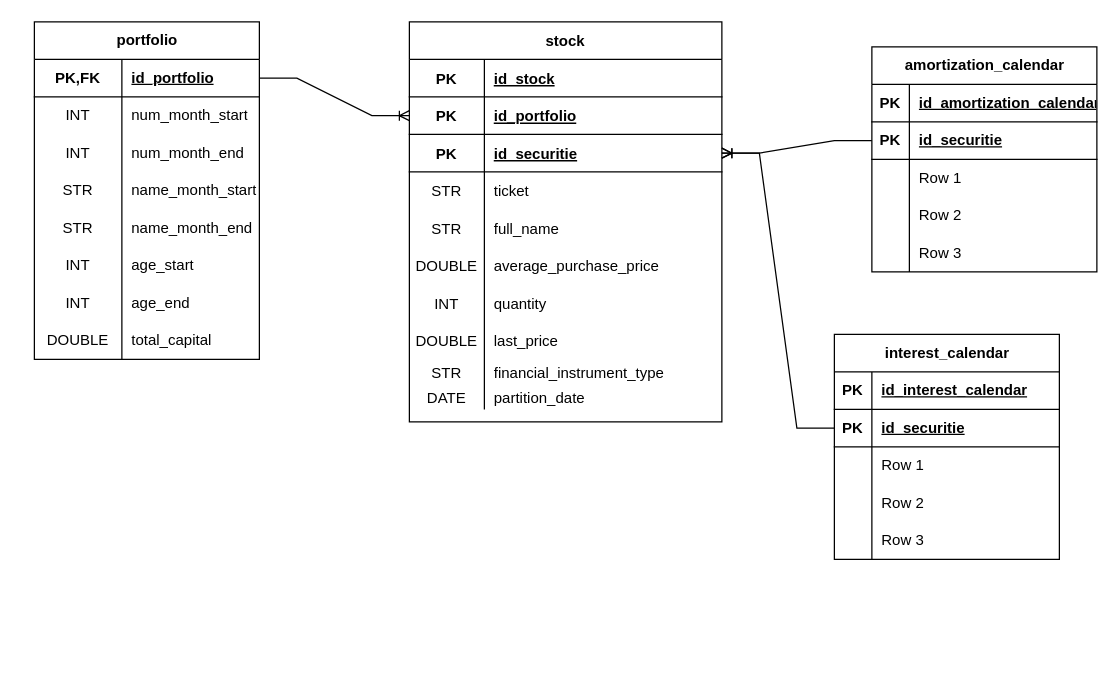
This is UML/modelo_de_datos.drawio from Tomasteawita/white_finance, a draw.io file, before an edit. Source tidied: cells renumbered, new cells numbered last; positions are measured from the earlier drawing's top-left corner, leaving out a move shared by most shapes. Both pictures are drawn from the tidied source at 125%, with x=0, y=0 at pixel (34, 21).
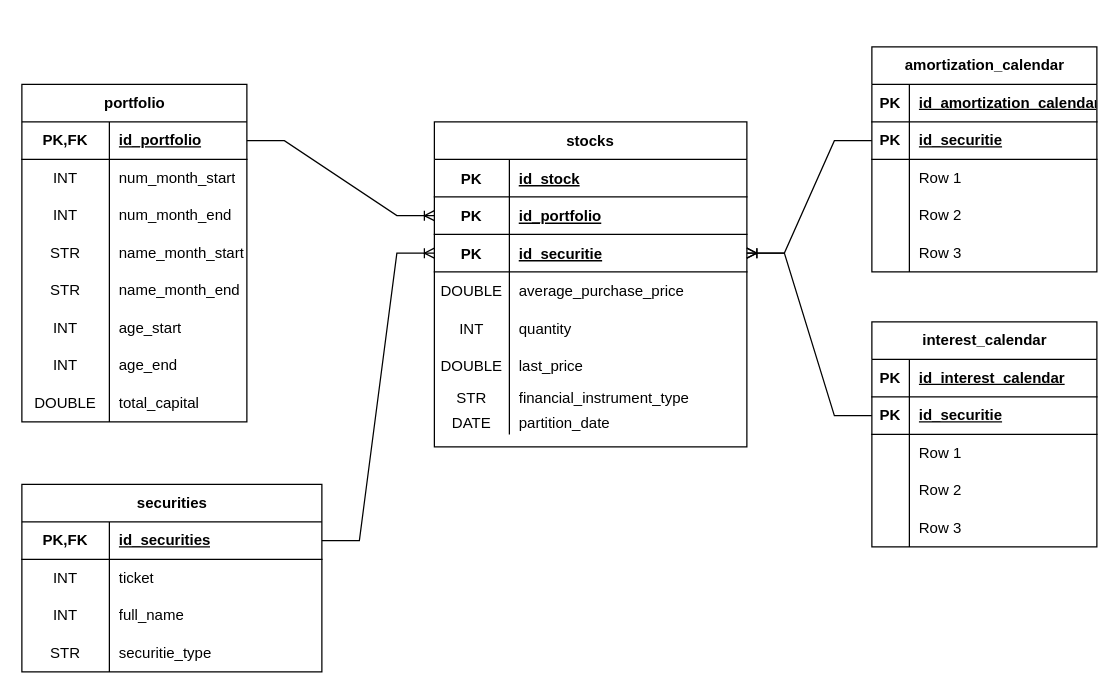
The same page after the edit.

Commit message:
Update UML modelo de datos

The change refers to these unchanged cells:
```xml
<mxCell id="9" style="shape=partialRectangle;fillColor=none;points=[[0,0.5],[1,0.5]];portConstraint=eastwest;top=0;left=0;right=0;bottom=1;" parent="2" vertex="1">
  <mxGeometry y="90" width="250" height="30" as="geometry" />
</mxCell>
```

Change to the diagram source:
```diff
@@
-    <mxCell id="2" value="stock" style="shape=table;startSize=30;childLayout=tableLayout;rowLines=0;fontStyle=1;align=center;" parent="1" vertex="1">
-      <mxGeometry x="300" width="250" height="320" as="geometry" />
+    <mxCell id="2" value="stocks" style="shape=table;startSize=30;childLayout=tableLayout;rowLines=0;fontStyle=1;align=center;" parent="1" vertex="1">
+      <mxGeometry x="320" y="80" width="250" height="260" as="geometry" />
     </mxCell>
@@
-    <mxCell id="12" style="shape=partialRectangle;fillColor=none;top=0;left=0;right=0;bottom=0;" parent="2" vertex="1">
-      <mxGeometry y="120" width="250" height="30" as="geometry" />
-    </mxCell>
-    <mxCell id="13" value="STR" style="shape=partialRectangle;overflow=hidden;fillColor=none;top=0;left=0;bottom=0;right=0;" parent="12" vertex="1">
-      <mxGeometry width="60" height="30" as="geometry" />
-    </mxCell>
-    <mxCell id="14" value="ticket" style="shape=partialRectangle;overflow=hidden;fillColor=none;top=0;left=0;bottom=0;right=0;align=left;spacingLeft=6;" parent="12" vertex="1">
-      <mxGeometry x="60" width="190" height="30" as="geometry" />
-    </mxCell>
-    <mxCell id="15" style="shape=partialRectangle;fillColor=none;top=0;left=0;right=0;bottom=0;" parent="2" vertex="1">
-      <mxGeometry y="150" width="250" height="30" as="geometry" />
-    </mxCell>
-    <mxCell id="16" value="STR" style="shape=partialRectangle;overflow=hidden;fillColor=none;top=0;left=0;bottom=0;right=0;" parent="15" vertex="1">
-      <mxGeometry width="60" height="30" as="geometry" />
-    </mxCell>
-    <mxCell id="17" value="full_name" style="shape=partialRectangle;overflow=hidden;fillColor=none;top=0;left=0;bottom=0;right=0;align=left;spacingLeft=6;" parent="15" vertex="1">
-      <mxGeometry x="60" width="190" height="30" as="geometry" />
-    </mxCell>
     <mxCell id="18" style="shape=partialRectangle;fillColor=none;top=0;left=0;right=0;bottom=0;" parent="2" vertex="1">
-      <mxGeometry y="180" width="250" height="30" as="geometry" />
+      <mxGeometry y="120" width="250" height="30" as="geometry" />
     </mxCell>
@@
     <mxCell id="21" style="shape=partialRectangle;fillColor=none;top=0;left=0;right=0;bottom=0;" parent="2" vertex="1">
-      <mxGeometry y="210" width="250" height="30" as="geometry" />
+      <mxGeometry y="150" width="250" height="30" as="geometry" />
     </mxCell>
@@
     <mxCell id="24" style="shape=partialRectangle;fillColor=none;top=0;left=0;right=0;bottom=0;" parent="2" vertex="1">
-      <mxGeometry y="240" width="250" height="30" as="geometry" />
+      <mxGeometry y="180" width="250" height="30" as="geometry" />
     </mxCell>
@@
     <mxCell id="27" style="shape=partialRectangle;fillColor=none;top=0;left=0;right=0;bottom=0;" parent="2" vertex="1">
-      <mxGeometry y="270" width="250" height="20" as="geometry" />
+      <mxGeometry y="210" width="250" height="20" as="geometry" />
     </mxCell>
@@
     <mxCell id="30" style="shape=partialRectangle;fillColor=none;top=0;left=0;right=0;bottom=0;" parent="2" vertex="1">
-      <mxGeometry y="290" width="250" height="20" as="geometry" />
+      <mxGeometry y="230" width="250" height="20" as="geometry" />
     </mxCell>
@@
     <mxCell id="33" value="portfolio" style="shape=table;startSize=30;childLayout=tableLayout;rowLines=0;fontStyle=1;align=center;html=1;" parent="1" vertex="1">
-      <mxGeometry width="180" height="270" as="geometry" />
+      <mxGeometry x="-10" y="50" width="180" height="270" as="geometry" />
     </mxCell>
@@
     <mxCell id="75" value="interest_calendar" style="shape=table;startSize=30;childLayout=tableLayout;rowLines=0;fontStyle=1;align=center;html=1;" parent="1" vertex="1">
-      <mxGeometry x="640" y="250" width="180" height="180" as="geometry" />
+      <mxGeometry x="670" y="240" width="180" height="180" as="geometry" />
     </mxCell>
@@
+    <mxCell id="93" value="securities" style="shape=table;startSize=30;childLayout=tableLayout;rowLines=0;fontStyle=1;align=center;html=1;" parent="1" vertex="1">
+      <mxGeometry x="-10" y="370" width="240" height="150" as="geometry" />
+    </mxCell>
+    <mxCell id="94" style="shape=tableRow;horizontal=0;startSize=0;swimlaneHead=0;swimlaneBody=0;fillColor=none;points=[[0,0.5],[1,0.5]];portConstraint=eastwest;top=0;left=0;right=0;bottom=1;" parent="93" vertex="1">
+      <mxGeometry y="30" width="240" height="30" as="geometry" />
+    </mxCell>
+    <mxCell id="95" value="PK,FK" style="shape=partialRectangle;fillColor=none;top=0;left=0;bottom=0;right=0;fontStyle=1;overflow=hidden;whiteSpace=wrap;html=1;" parent="94" vertex="1">
+      <mxGeometry width="70" height="30" as="geometry" />
+    </mxCell>
+    <mxCell id="96" value="id_securities" style="shape=partialRectangle;fillColor=none;top=0;left=0;bottom=0;right=0;align=left;spacingLeft=6;fontStyle=5;overflow=hidden;whiteSpace=wrap;html=1;" parent="94" vertex="1">
+      <mxGeometry x="70" width="170" height="30" as="geometry" />
+    </mxCell>
+    <mxCell id="97" style="shape=tableRow;horizontal=0;startSize=0;swimlaneHead=0;swimlaneBody=0;fillColor=none;top=0;left=0;right=0;bottom=0;" parent="93" vertex="1">
+      <mxGeometry y="60" width="240" height="30" as="geometry" />
+    </mxCell>
+    <mxCell id="98" value="INT" style="shape=partialRectangle;fillColor=none;top=0;left=0;bottom=0;right=0;overflow=hidden;whiteSpace=wrap;html=1;" parent="97" vertex="1">
+      <mxGeometry width="70" height="30" as="geometry" />
+    </mxCell>
+    <mxCell id="14" value="ticket" style="shape=partialRectangle;fillColor=none;top=0;left=0;bottom=0;right=0;align=left;spacingLeft=6;overflow=hidden;whiteSpace=wrap;html=1;" parent="97" vertex="1">
+      <mxGeometry x="70" width="170" height="30" as="geometry" />
+    </mxCell>
+    <mxCell id="99" style="shape=tableRow;horizontal=0;startSize=0;swimlaneHead=0;swimlaneBody=0;fillColor=none;top=0;left=0;right=0;bottom=0;" parent="93" vertex="1">
+      <mxGeometry y="90" width="240" height="30" as="geometry" />
+    </mxCell>
+    <mxCell id="100" value="INT" style="shape=partialRectangle;fillColor=none;top=0;left=0;bottom=0;right=0;overflow=hidden;whiteSpace=wrap;html=1;" parent="99" vertex="1">
+      <mxGeometry width="70" height="30" as="geometry" />
+    </mxCell>
+    <mxCell id="17" value="full_name" style="shape=partialRectangle;fillColor=none;top=0;left=0;bottom=0;right=0;align=left;spacingLeft=6;overflow=hidden;whiteSpace=wrap;html=1;" parent="99" vertex="1">
+      <mxGeometry x="70" width="170" height="30" as="geometry" />
+    </mxCell>
+    <mxCell id="101" style="shape=tableRow;horizontal=0;startSize=0;swimlaneHead=0;swimlaneBody=0;fillColor=none;top=0;left=0;right=0;bottom=0;" parent="93" vertex="1">
+      <mxGeometry y="120" width="240" height="30" as="geometry" />
+    </mxCell>
+    <mxCell id="102" value="STR" style="shape=partialRectangle;fillColor=none;top=0;left=0;bottom=0;right=0;overflow=hidden;whiteSpace=wrap;html=1;" parent="101" vertex="1">
+      <mxGeometry width="70" height="30" as="geometry" />
+    </mxCell>
+    <mxCell id="103" value="securitie_type" style="shape=partialRectangle;fillColor=none;top=0;left=0;bottom=0;right=0;align=left;spacingLeft=6;overflow=hidden;whiteSpace=wrap;html=1;" parent="101" vertex="1">
+      <mxGeometry x="70" width="170" height="30" as="geometry" />
+    </mxCell>
+    <mxCell id="104" style="edgeStyle=entityRelationEdgeStyle;fontSize=12;html=1;endArrow=ERoneToMany;rounded=0;exitX=1;exitY=0.5;exitDx=0;exitDy=0;entryX=0;entryY=0.5;entryDx=0;entryDy=0;" parent="1" edge="1" source="94" target="9">
+      <mxGeometry relative="1" as="geometry" />
+    </mxCell>
```
